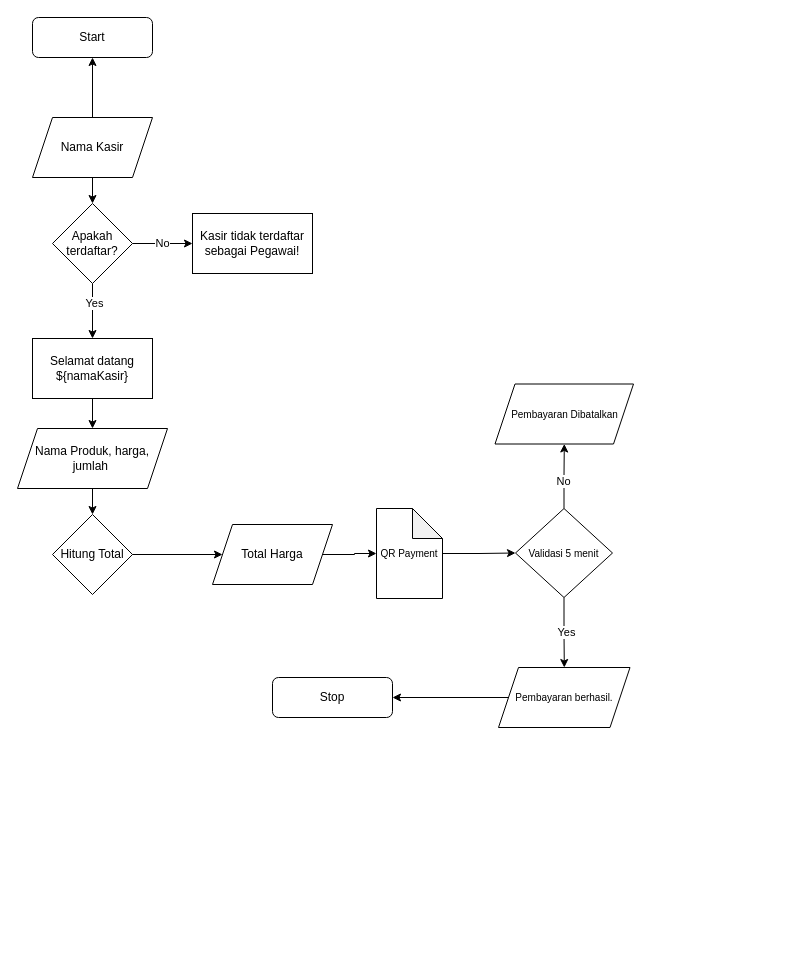
KiroFyzu/Praktikum8 keeps this draw.io diagram as Untitled Diagram.drawio. Above is the earlier version. Source tidied: cells renumbered, new cells numbered last; positions are measured from the earlier drawing's top-left corner, leaving out a move shared by most shapes. Both pictures are drawn from the tidied source at 100%, with x=0, y=0 at pixel (17, 17).
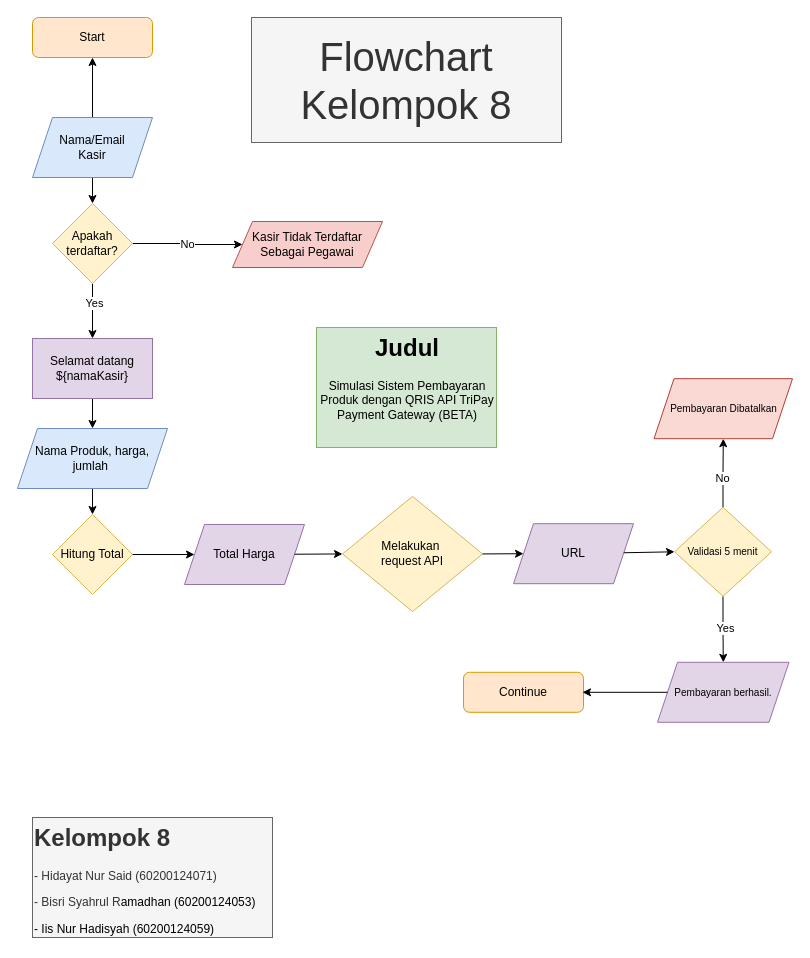
The same diagram, later.

What changed in the source:
```diff
@@
-    <mxCell id="2" value="Start" style="rounded=1;whiteSpace=wrap;html=1;fontSize=12;glass=0;strokeWidth=1;shadow=0;" parent="1" vertex="1">
+    <mxCell id="2" value="Start" style="rounded=1;whiteSpace=wrap;html=1;fontSize=12;glass=0;strokeWidth=1;shadow=0;fillColor=#ffe6cc;strokeColor=#d79b00;" parent="1" vertex="1">
       <mxGeometry x="15" width="120" height="40" as="geometry" />
     </mxCell>
@@
-    <mxCell id="6" value="Stop" style="rounded=1;whiteSpace=wrap;html=1;fontSize=12;glass=0;strokeWidth=1;shadow=0;" parent="1" vertex="1">
-      <mxGeometry x="255" y="660" width="120" height="40" as="geometry" />
+    <mxCell id="6" value="Continue" style="rounded=1;whiteSpace=wrap;html=1;fontSize=12;glass=0;strokeWidth=1;shadow=0;fillColor=#ffe6cc;strokeColor=#d79b00;" parent="1" vertex="1">
+      <mxGeometry x="446" y="654.8" width="120" height="40" as="geometry" />
     </mxCell>
@@
-    <mxCell id="9" value="Nama Kasir" style="shape=parallelogram;perimeter=parallelogramPerimeter;whiteSpace=wrap;html=1;fixedSize=1;" parent="1" vertex="1">
+    <mxCell id="9" value="Nama/Email&lt;div&gt;Kasir&lt;/div&gt;" style="shape=parallelogram;perimeter=parallelogramPerimeter;whiteSpace=wrap;html=1;fixedSize=1;fillColor=#dae8fc;strokeColor=#6c8ebf;" parent="1" vertex="1">
       <mxGeometry x="15" y="100" width="120" height="60" as="geometry" />
     </mxCell>
-    <mxCell id="10" value="No" style="edgeStyle=orthogonalEdgeStyle;rounded=0;jettySize=auto;html=1;" parent="1" edge="1" source="13" target="14">
+    <mxCell id="10" value="No" style="edgeStyle=orthogonalEdgeStyle;rounded=0;jettySize=auto;html=1;" parent="1" edge="1" source="13" target="33">
       <mxGeometry relative="1" as="geometry" />
     </mxCell>
@@
-    <mxCell id="13" value="Apakah terdaftar?" style="rhombus;whiteSpace=wrap;html=1;" parent="1" vertex="1">
+    <mxCell id="13" value="Apakah terdaftar?" style="rhombus;whiteSpace=wrap;html=1;fillColor=#fff2cc;strokeColor=#d6b656;" parent="1" vertex="1">
       <mxGeometry x="35" y="186" width="80" height="80" as="geometry" />
     </mxCell>
-    <mxCell id="14" value="Kasir tidak terdaftar sebagai Pegawai!" style="whiteSpace=wrap;html=1;" parent="1" vertex="1">
-      <mxGeometry x="175" y="196" width="120" height="60" as="geometry" />
-    </mxCell>
@@
-    <mxCell id="16" value="Selamat datang ${namaKasir}" style="whiteSpace=wrap;html=1;" parent="1" vertex="1">
+    <mxCell id="16" value="Selamat datang ${namaKasir}" style="whiteSpace=wrap;html=1;fillColor=#e1d5e7;strokeColor=#9673a6;" parent="1" vertex="1">
       <mxGeometry x="15" y="321" width="120" height="60" as="geometry" />
     </mxCell>
@@
-    <mxCell id="18" value="Nama Produk, harga, jumlah&amp;nbsp;" style="shape=parallelogram;perimeter=parallelogramPerimeter;whiteSpace=wrap;html=1;fixedSize=1;" parent="1" vertex="1">
+    <mxCell id="18" value="Nama Produk, harga, jumlah&amp;nbsp;" style="shape=parallelogram;perimeter=parallelogramPerimeter;whiteSpace=wrap;html=1;fixedSize=1;fillColor=#dae8fc;strokeColor=#6c8ebf;" parent="1" vertex="1">
       <mxGeometry y="411" width="150" height="60" as="geometry" />
     </mxCell>
-    <mxCell id="19" value="Hitung Total" style="rhombus;whiteSpace=wrap;html=1;" parent="1" vertex="1">
+    <mxCell id="19" value="Hitung Total" style="rhombus;whiteSpace=wrap;html=1;fillColor=#fff2cc;strokeColor=#d6b656;" parent="1" vertex="1">
       <mxGeometry x="35" y="497" width="80" height="80" as="geometry" />
     </mxCell>
-    <mxCell id="20" style="edgeStyle=orthogonalEdgeStyle;rounded=0;jettySize=auto;html=1;" parent="1" edge="1" source="21" target="24">
-      <mxGeometry relative="1" as="geometry" />
-    </mxCell>
-    <mxCell id="21" value="Total Harga" style="shape=parallelogram;perimeter=parallelogramPerimeter;whiteSpace=wrap;html=1;fixedSize=1;" parent="1" vertex="1">
-      <mxGeometry x="195" y="507" width="120" height="60" as="geometry" />
+    <mxCell id="21" value="Total Harga" style="shape=parallelogram;perimeter=parallelogramPerimeter;whiteSpace=wrap;html=1;fixedSize=1;fillColor=#e1d5e7;strokeColor=#9673a6;" parent="1" vertex="1">
+      <mxGeometry x="167" y="507" width="120" height="60" as="geometry" />
     </mxCell>
@@
-    <mxCell id="23" style="edgeStyle=orthogonalEdgeStyle;rounded=0;jettySize=auto;html=1;" parent="1" edge="1" source="24" target="29">
-      <mxGeometry relative="1" as="geometry" />
-    </mxCell>
-    <mxCell id="24" value="QR Payment" style="shape=note;whiteSpace=wrap;html=1;backgroundOutline=1;darkOpacity=0.05;fontSize=10;" parent="1" vertex="1">
-      <mxGeometry x="359" y="491" width="66" height="90" as="geometry" />
-    </mxCell>
@@
-    <mxCell id="29" value="Validasi 5 menit" style="rhombus;whiteSpace=wrap;html=1;fontSize=10;" parent="1" vertex="1">
-      <mxGeometry x="498" y="491" width="97" height="89" as="geometry" />
+    <mxCell id="29" value="Validasi 5 menit" style="rhombus;whiteSpace=wrap;html=1;fontSize=10;fillColor=#fff2cc;strokeColor=#d6b656;" parent="1" vertex="1">
+      <mxGeometry x="657" y="489.8" width="97" height="89" as="geometry" />
     </mxCell>
-    <mxCell id="30" value="Pembayaran Dibatalkan" style="shape=parallelogram;perimeter=parallelogramPerimeter;whiteSpace=wrap;html=1;fixedSize=1;fontSize=10;" parent="1" vertex="1">
-      <mxGeometry x="477.5" y="366.5" width="138.5" height="60" as="geometry" />
+    <mxCell id="30" value="Pembayaran Dibatalkan" style="shape=parallelogram;perimeter=parallelogramPerimeter;whiteSpace=wrap;html=1;fixedSize=1;fontSize=10;fillColor=#fad9d5;strokeColor=#ae4132;" parent="1" vertex="1">
+      <mxGeometry x="636.5" y="361.2" width="138.5" height="60" as="geometry" />
     </mxCell>
-    <mxCell id="31" value="Pembayaran berhasil." style="shape=parallelogram;perimeter=parallelogramPerimeter;whiteSpace=wrap;html=1;fixedSize=1;fontSize=10;" parent="1" vertex="1">
-      <mxGeometry x="481" y="650" width="131.5" height="60" as="geometry" />
+    <mxCell id="31" value="Pembayaran berhasil." style="shape=parallelogram;perimeter=parallelogramPerimeter;whiteSpace=wrap;html=1;fixedSize=1;fontSize=10;fillColor=#e1d5e7;strokeColor=#9673a6;" parent="1" vertex="1">
+      <mxGeometry x="640" y="644.8" width="131.5" height="60" as="geometry" />
     </mxCell>
-    <mxCell id="32" style="endArrow=classic;html=1;rounded=0;entryX=1;entryY=0.5;entryDx=0;entryDy=0;exitX=0;exitY=0.5;exitDx=0;exitDy=0;" parent="1" edge="1" source="31" target="6">
-      <mxGeometry relative="1" as="geometry" />
+    <mxCell id="32" style="endArrow=classic;html=1;rounded=0;entryX=1;entryY=0.5;entryDx=0;entryDy=0;exitX=0;exitY=0.5;exitDx=0;exitDy=0;" parent="1" edge="1" source="31">
+      <mxGeometry relative="1" as="geometry">
+        <mxPoint x="565" y="674.8" as="targetPoint" />
+      </mxGeometry>
     </mxCell>
+    <mxCell id="33" value="Kasir Tidak Terdaftar Sebagai Pegawai" style="shape=parallelogram;perimeter=parallelogramPerimeter;whiteSpace=wrap;html=1;fixedSize=1;fillColor=#f8cecc;strokeColor=#b85450;" parent="1" vertex="1">
+      <mxGeometry x="215" y="204" width="150" height="46" as="geometry" />
+    </mxCell>
+    <mxCell id="34" value="URL" style="shape=parallelogram;perimeter=parallelogramPerimeter;whiteSpace=wrap;html=1;fixedSize=1;fillColor=#e1d5e7;strokeColor=#9673a6;" parent="1" vertex="1">
+      <mxGeometry x="496" y="506.2" width="120" height="60" as="geometry" />
+    </mxCell>
+    <mxCell id="35" value="Melakukan&amp;nbsp;&lt;div&gt;request API&lt;/div&gt;" style="rhombus;whiteSpace=wrap;html=1;fillColor=#fff2cc;strokeColor=#d6b656;" parent="1" vertex="1">
+      <mxGeometry x="325" y="478.9" width="140" height="115.1" as="geometry" />
+    </mxCell>
+    <mxCell id="36" style="endArrow=classic;html=1;rounded=0;entryX=0;entryY=0.5;entryDx=0;entryDy=0;exitX=1;exitY=0.5;exitDx=0;exitDy=0;" parent="1" edge="1" source="35" target="34">
+      <mxGeometry relative="1" as="geometry" />
+    </mxCell>
+    <mxCell id="37" value="&lt;h1 style=&quot;text-align: center; margin-top: 0px;&quot;&gt;Judul&lt;/h1&gt;&lt;p style=&quot;text-align: center;&quot;&gt;Simulasi Sistem Pembayaran Produk dengan QRIS API TriPay Payment Gateway (BETA)&lt;/p&gt;" style="text;html=1;whiteSpace=wrap;overflow=hidden;rounded=0;fillColor=#d5e8d4;strokeColor=#82b366;" parent="1" vertex="1">
+      <mxGeometry x="299" y="310" width="180" height="120" as="geometry" />
+    </mxCell>
+    <mxCell id="38" value="&lt;font style=&quot;font-size: 40px;&quot;&gt;Flowchart Kelompok 8&lt;/font&gt;" style="text;html=1;align=center;verticalAlign=middle;whiteSpace=wrap;rounded=0;fillColor=#f5f5f5;fontColor=#333333;strokeColor=#666666;" parent="1" vertex="1">
+      <mxGeometry x="234" width="310" height="125" as="geometry" />
+    </mxCell>
+    <mxCell id="39" style="endArrow=classic;html=1;rounded=0;entryX=0;entryY=0.5;entryDx=0;entryDy=0;" parent="1" edge="1" source="21" target="35">
+      <mxGeometry relative="1" as="geometry" />
+    </mxCell>
+    <mxCell id="40" style="endArrow=classic;html=1;rounded=0;entryX=0;entryY=0.5;entryDx=0;entryDy=0;" parent="1" edge="1" source="34" target="29">
+      <mxGeometry relative="1" as="geometry" />
+    </mxCell>
+    <mxCell id="41" value="&lt;h1 style=&quot;margin-top: 0px;&quot;&gt;Kelompok 8&lt;/h1&gt;&lt;p&gt;- Hidayat Nur Said (60200124071)&lt;/p&gt;&lt;p&gt;- Bisri Syahrul R&lt;span style=&quot;background-color: transparent; color: light-dark(rgb(0, 0, 0), rgb(255, 255, 255));&quot;&gt;amadhan (60200124053)&lt;/span&gt;&lt;/p&gt;&lt;p&gt;&lt;span style=&quot;background-color: transparent; color: light-dark(rgb(0, 0, 0), rgb(255, 255, 255));&quot;&gt;- Iis Nur Hadisyah (60200124059)&lt;/span&gt;&lt;/p&gt;" style="text;html=1;whiteSpace=wrap;overflow=hidden;rounded=0;fillColor=#f5f5f5;fontColor=#333333;strokeColor=#666666;" parent="1" vertex="1">
+      <mxGeometry x="15" y="800" width="240" height="120" as="geometry" />
+    </mxCell>
```
